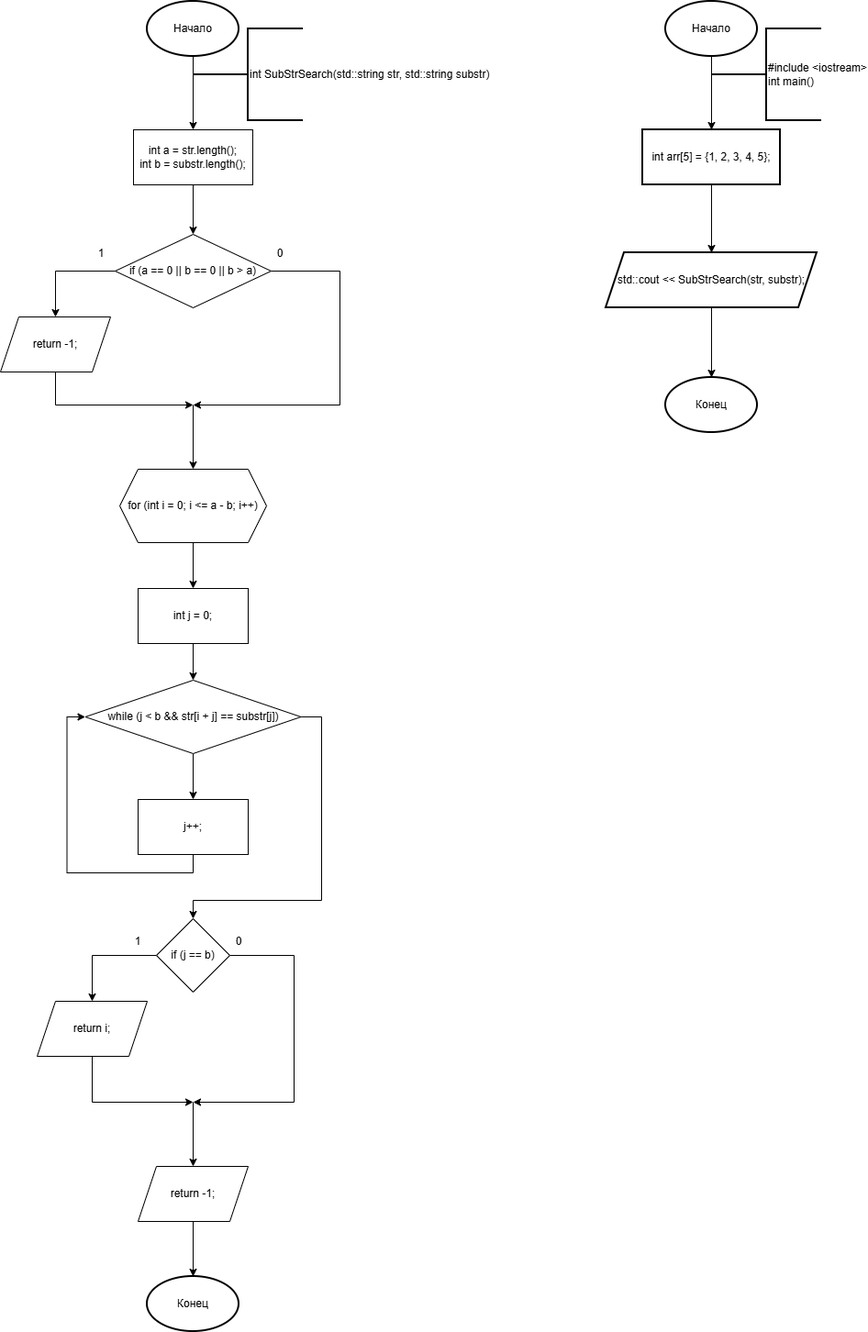
as1mm/Labs_PSTU keeps this draw.io diagram as Sem_2/search/substr_search.png. Above is the earlier version. Source tidied: cells renumbered, new cells last; positions are measured from the earlier drawing's top-left corner, leaving out a move shared by most shapes.
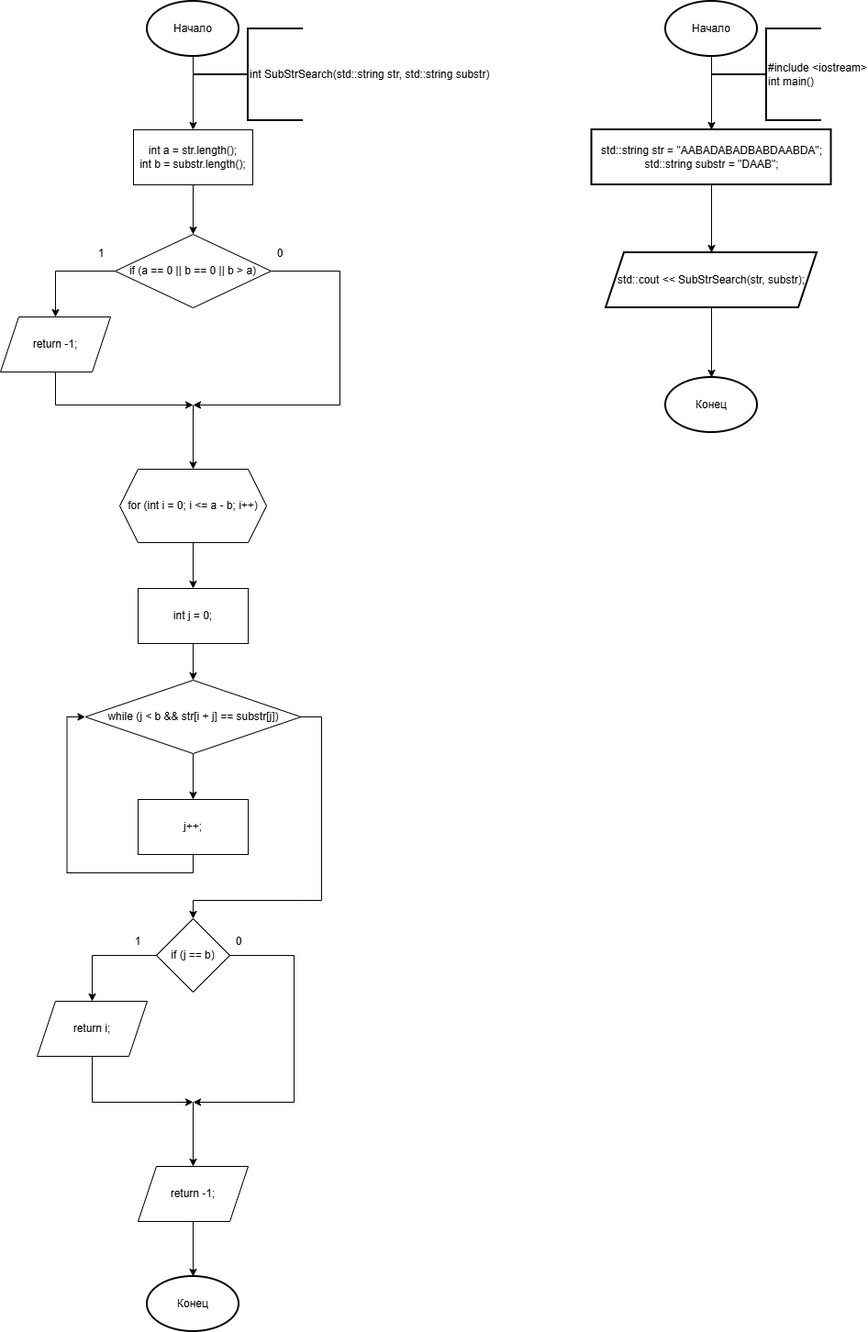
After the change.

Change to the diagram source:
```diff
@@ -2,18 +2,19 @@
   <root>
     <mxCell id="0" />
     <mxCell id="1" parent="0" />
-    <mxCell id="2" style="edgeStyle=orthogonalEdgeStyle;rounded=0;jettySize=auto;html=1;" parent="1" edge="1" source="3" target="5">
-      <mxGeometry relative="1" as="geometry" />
+    <mxCell id="2" style="edgeStyle=orthogonalEdgeStyle;rounded=0;jettySize=auto;html=1;" parent="1" edge="1" source="3">
+      <mxGeometry relative="1" as="geometry">
+        <mxPoint x="775" y="140" as="targetPoint" />
+      </mxGeometry>
     </mxCell>
     <mxCell id="3" value="Начало" style="strokeWidth=2;html=1;shape=mxgraph.flowchart.start_1;whiteSpace=wrap;" parent="1" vertex="1">
       <mxGeometry x="725" width="100" height="60" as="geometry" />
     </mxCell>
-    <mxCell id="4" style="edgeStyle=orthogonalEdgeStyle;rounded=0;jettySize=auto;html=1;" parent="1" edge="1" source="5" target="7">
-      <mxGeometry relative="1" as="geometry" />
+    <mxCell id="4" style="edgeStyle=orthogonalEdgeStyle;rounded=0;jettySize=auto;html=1;" parent="1" edge="1" target="7">
+      <mxGeometry relative="1" as="geometry">
+        <mxPoint x="775" y="200" as="sourcePoint" />
+      </mxGeometry>
     </mxCell>
-    <mxCell id="5" value="int arr[5] = {1, 2, 3, 4, 5};" style="whiteSpace=wrap;html=1;strokeWidth=2;" parent="1" vertex="1">
-      <mxGeometry x="700" y="140" width="150" height="60" as="geometry" />
-    </mxCell>
     <mxCell id="6" value="#include &amp;lt;iostream&amp;gt;&lt;div&gt;int main()&lt;/div&gt;" style="strokeWidth=2;html=1;shape=mxgraph.flowchart.annotation_2;align=left;labelPosition=right;spacingLeft=-60;" parent="1" vertex="1">
       <mxGeometry x="775" y="30" width="120" height="100" as="geometry" />
     </mxCell>
@@ -163,5 +164,8 @@
     <mxCell id="42" style="edgeStyle=orthogonalEdgeStyle;rounded=0;jettySize=auto;html=1;exitX=0.5;exitY=1;exitDx=0;exitDy=0;entryX=0.5;entryY=0;entryDx=0;entryDy=0;entryPerimeter=0;" parent="1" edge="1" source="40" target="41">
       <mxGeometry relative="1" as="geometry" />
     </mxCell>
+    <mxCell id="43" value="std::string str = &quot;AABADABADBABDAABDA&quot;;&lt;div&gt;std::string substr = &quot;DAAB&quot;;&lt;/div&gt;" style="whiteSpace=wrap;html=1;strokeWidth=2;" parent="1" vertex="1">
+      <mxGeometry x="644.5" y="140" width="261" height="60" as="geometry" />
+    </mxCell>
   </root>
 </mxGraphModel>
```
